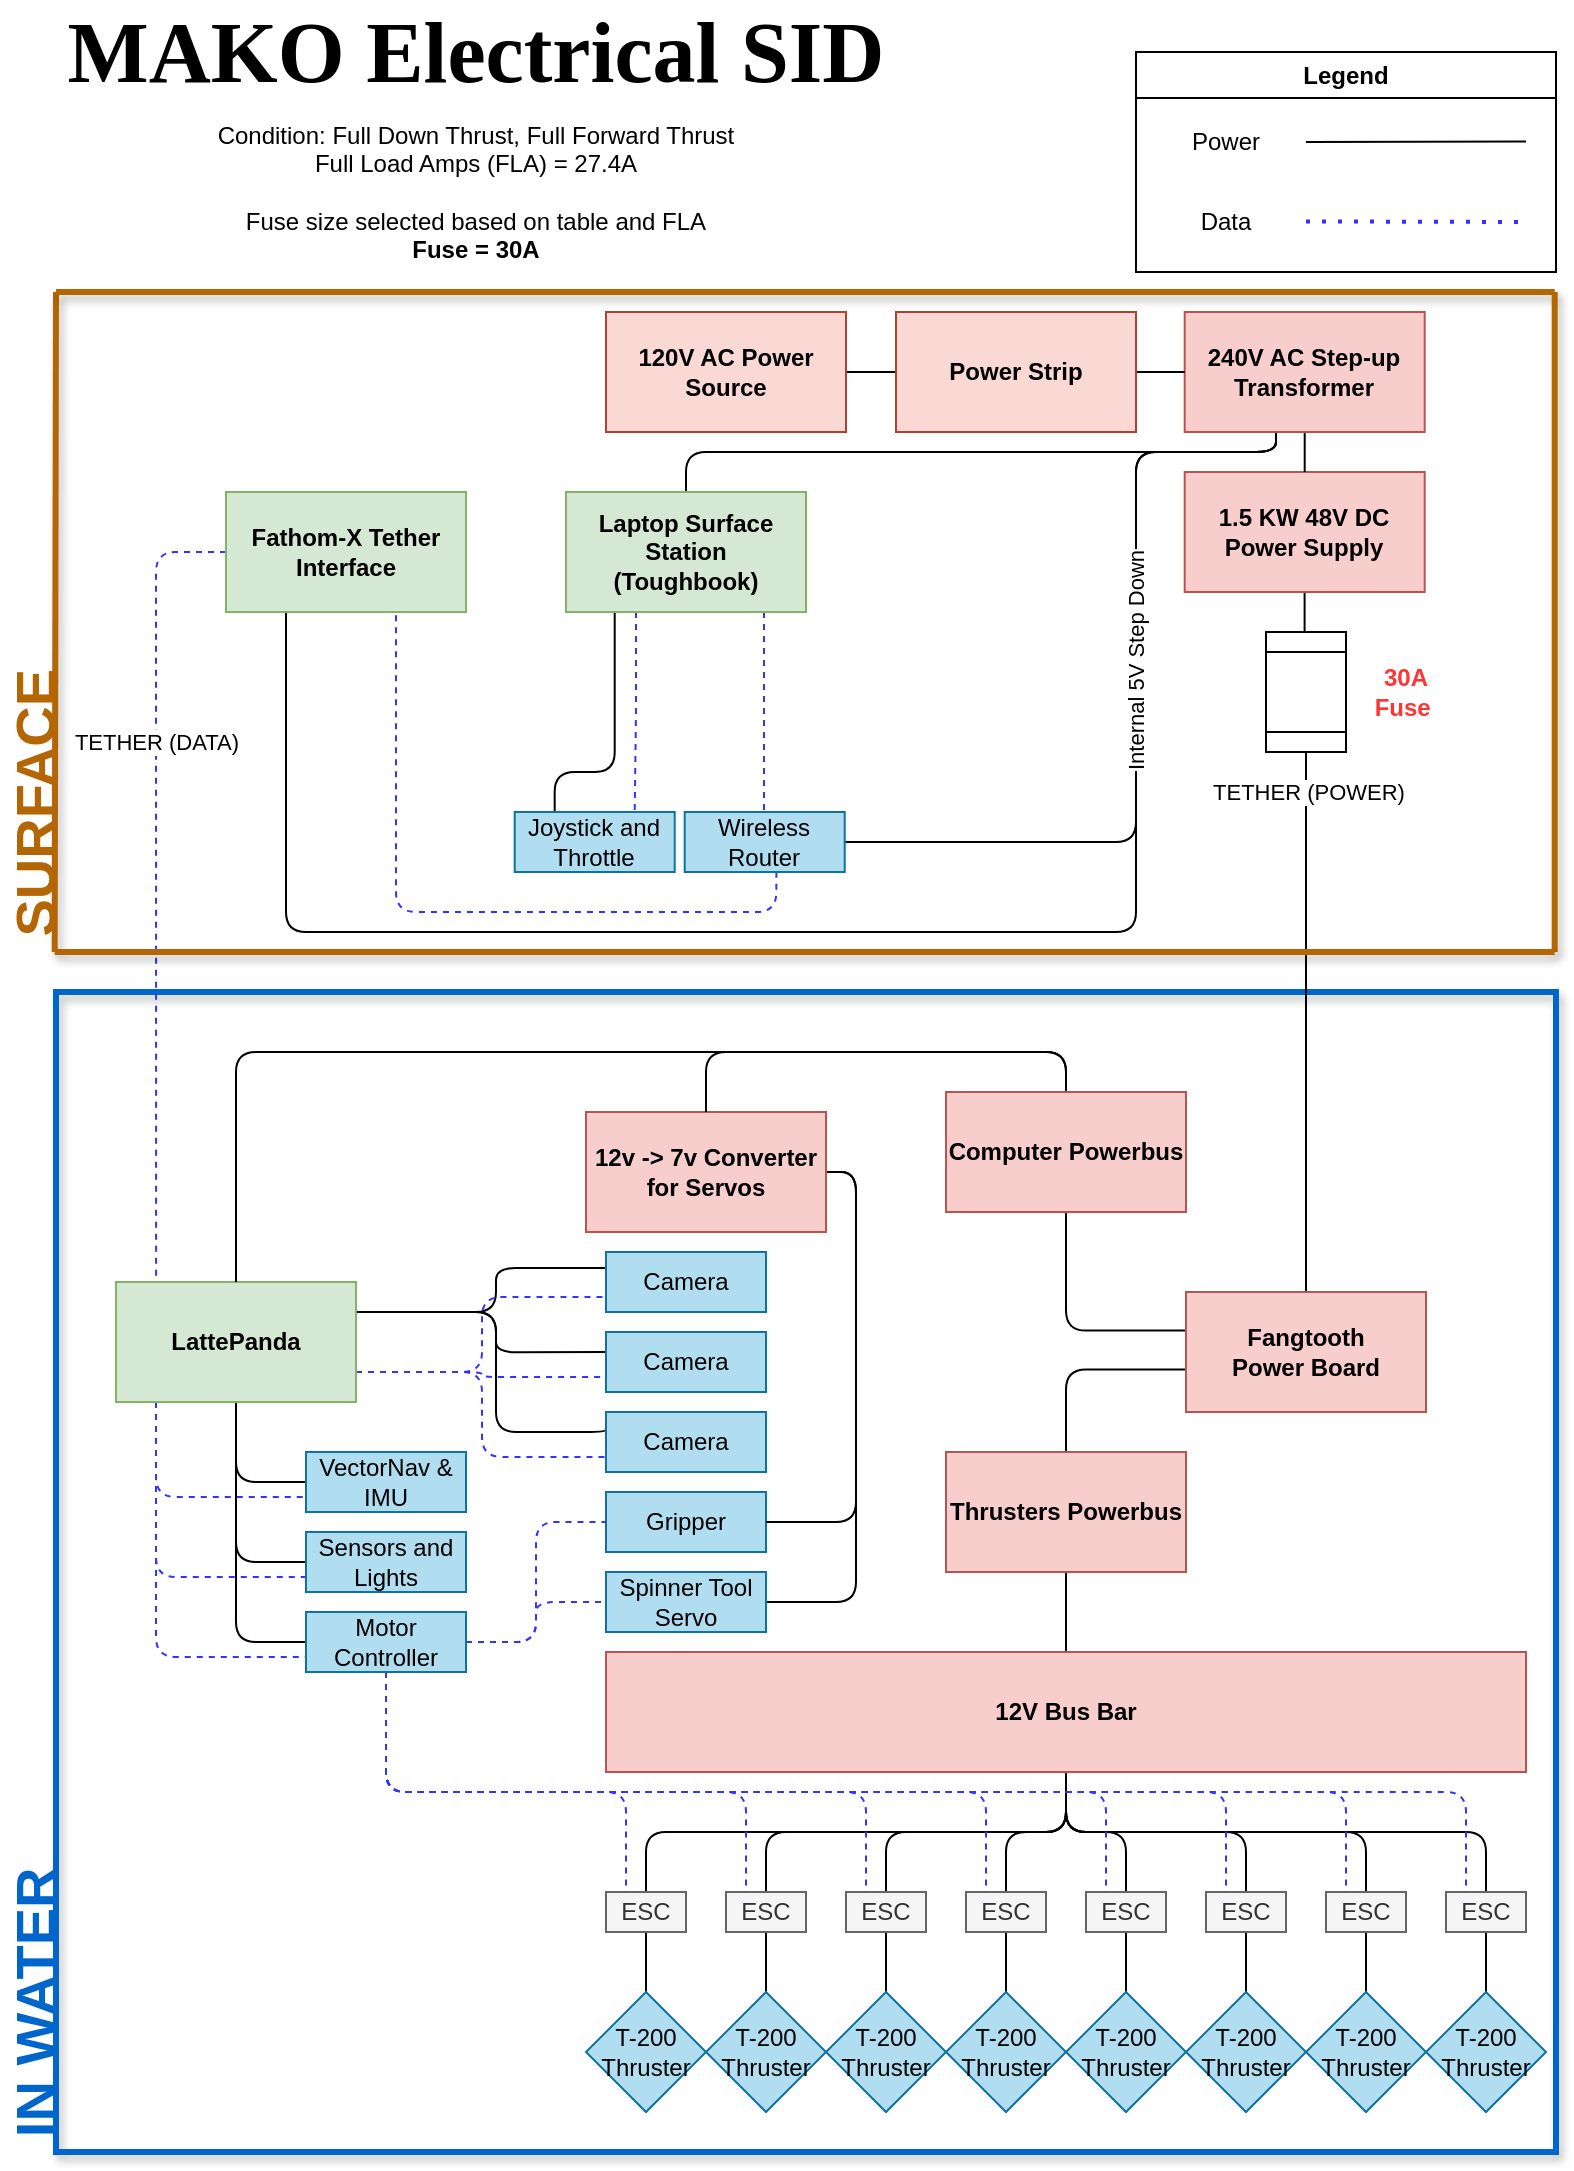
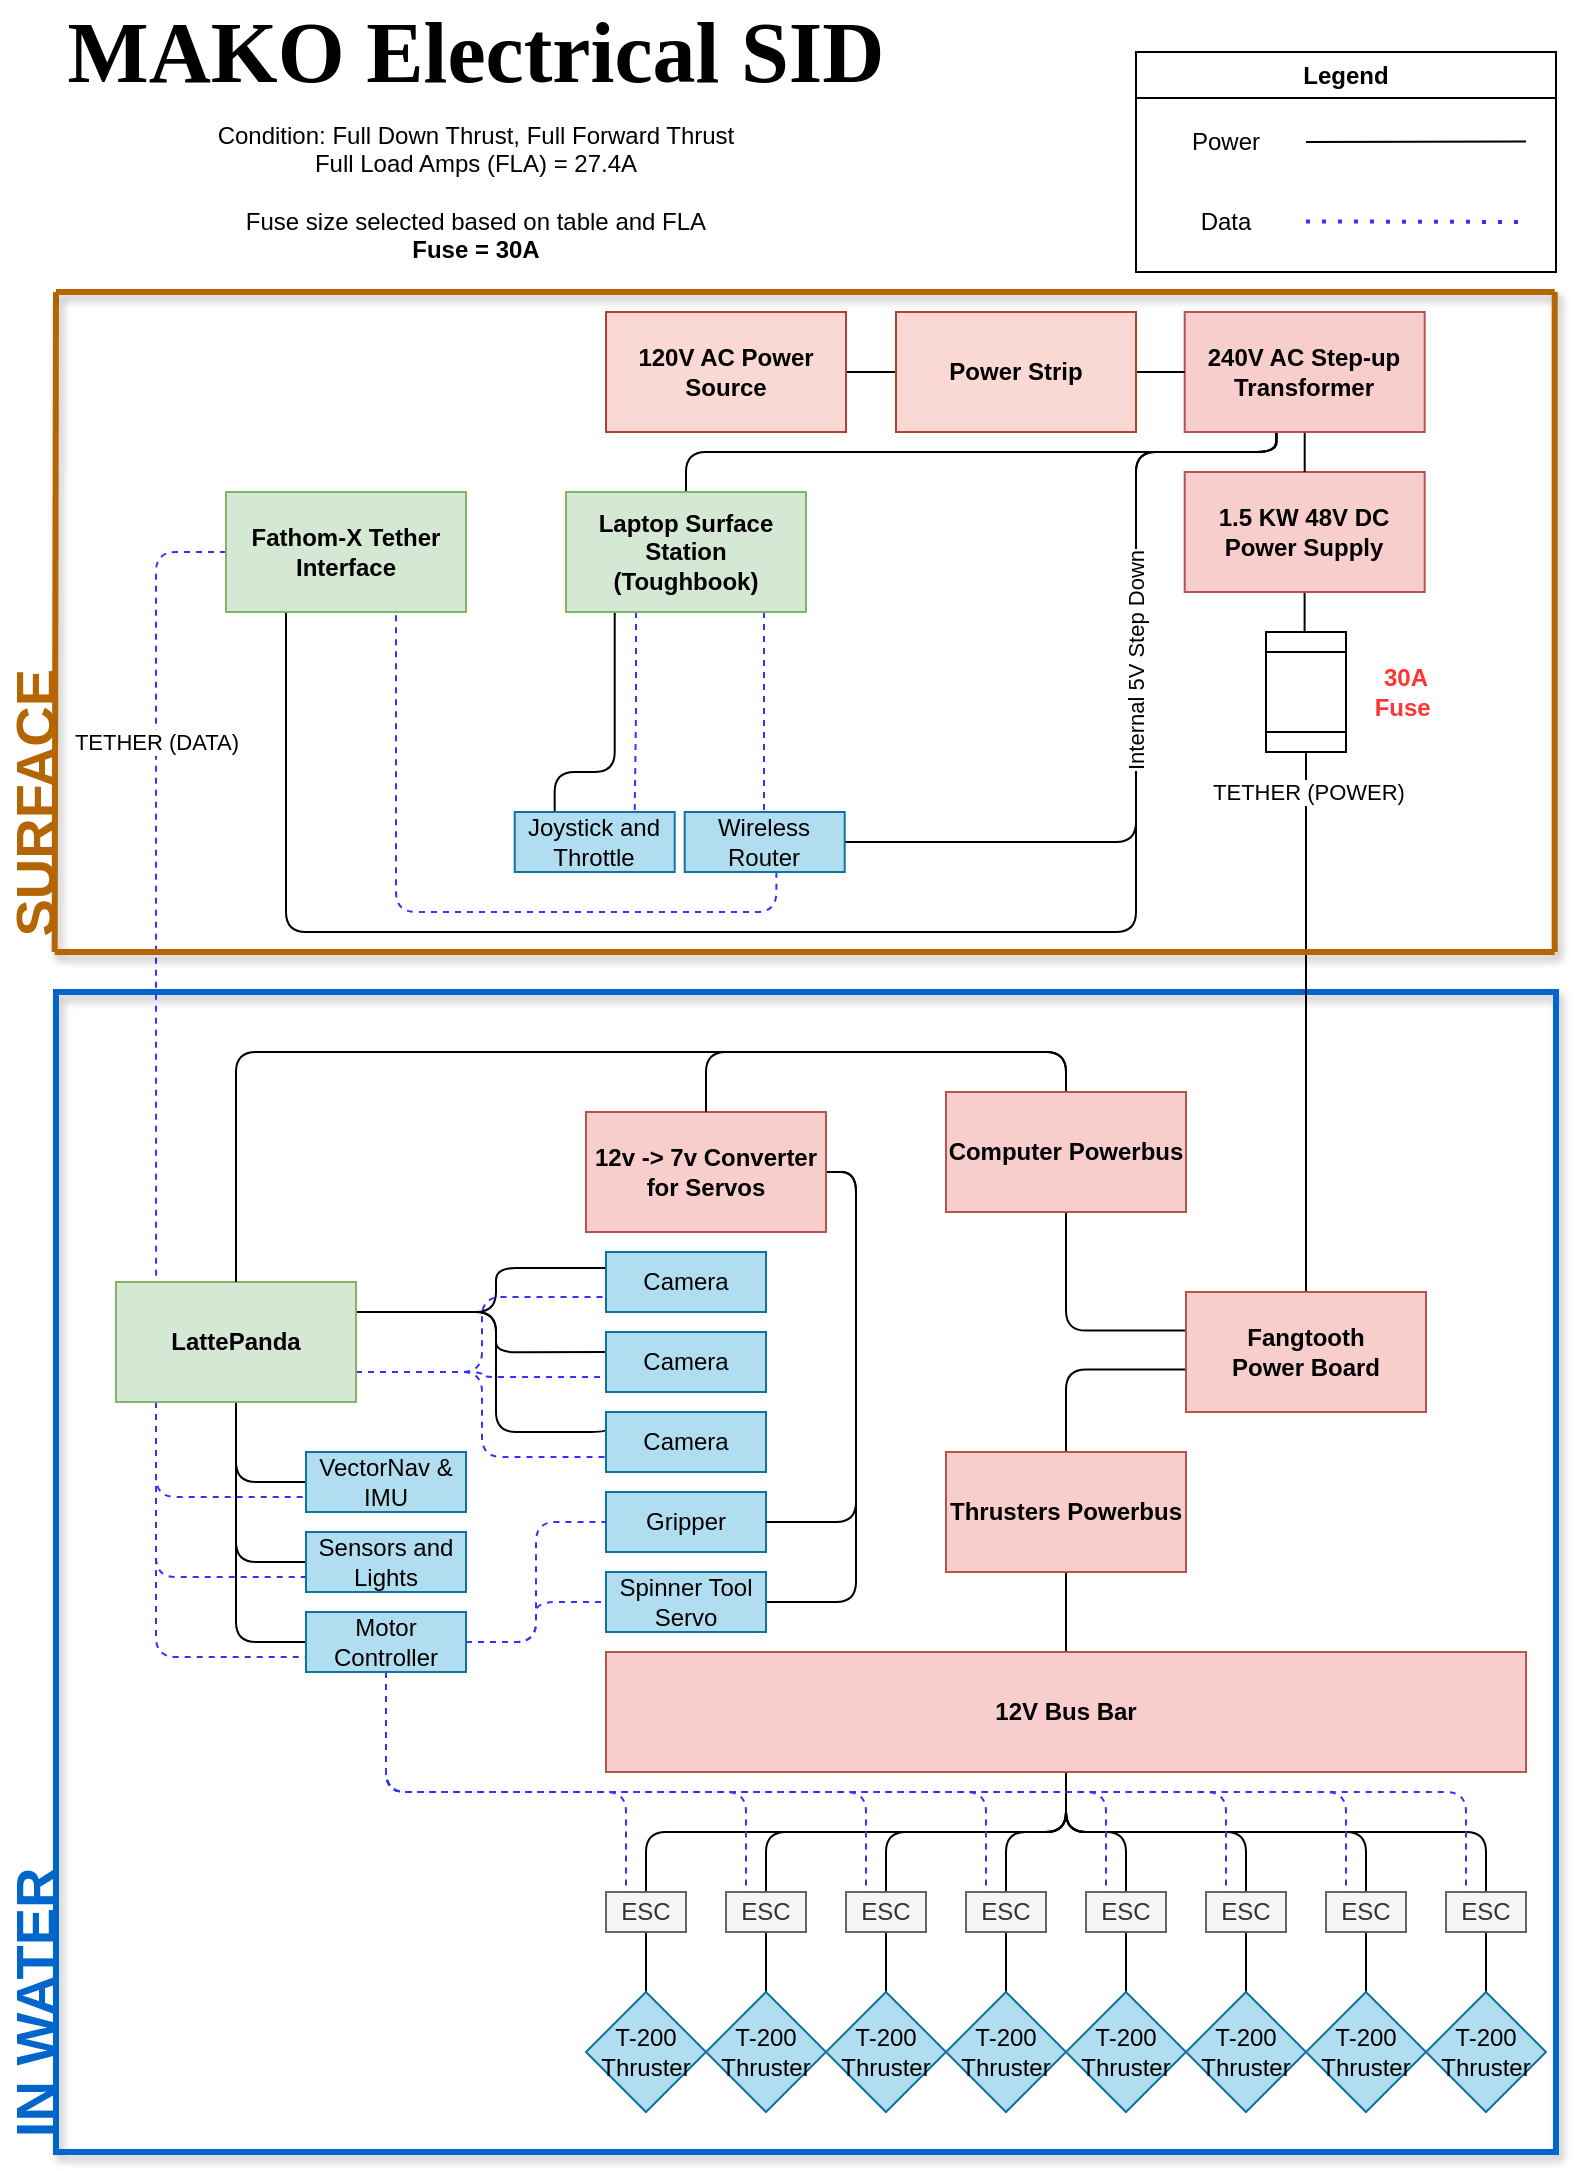
<mxfile host="app.diagrams.net" agent="Mozilla/5.0 (Windows NT 10.0; Win64; x64; rv:139.0) Gecko/20100101 Firefox/139.0">
  <diagram name="Page-1" id="doaNbLGYiiKzRFzNWdXi">
-     <mxGraphModel dx="1017" dy="1084" grid="1" gridSize="10" guides="1" tooltips="1" connect="1" arrows="1" fold="1" page="1" pageScale="1" pageWidth="850" pageHeight="1100" math="0" shadow="0">
+     <mxGraphModel dx="395" dy="722" grid="1" gridSize="10" guides="1" tooltips="1" connect="1" arrows="1" fold="1" page="1" pageScale="1" pageWidth="850" pageHeight="1100" math="0" shadow="0">
      <root>
        <mxCell id="0" />
        <mxCell id="1" parent="0" />
        <mxCell id="0vSBfI8_46AL9H7hPHAw-18" parent="1" style="rounded=0;whiteSpace=wrap;html=1;fillColor=none;strokeWidth=3;strokeColor=#0066CC;glass=0;shadow=1;" value="" vertex="1">
          <mxGeometry height="580" width="750" x="890" y="500" as="geometry" />
        </mxCell>
        <mxCell id="59XTsty1G1Yx93DkZX_j-1" parent="1" style="text;html=1;whiteSpace=wrap;strokeColor=none;fillColor=none;align=center;verticalAlign=middle;rounded=0;fontFamily=Times New Roman;fontStyle=1" value="&lt;font style=&quot;font-size: 43px;&quot;&gt;&lt;span&gt;MAKO Electrical SID&lt;/span&gt;&lt;/font&gt;" vertex="1">
          <mxGeometry height="40" width="420" x="890" y="10" as="geometry" />
        </mxCell>
        <mxCell id="59XTsty1G1Yx93DkZX_j-24" edge="1" parent="1" style="edgeStyle=orthogonalEdgeStyle;rounded=0;orthogonalLoop=1;jettySize=auto;html=1;exitX=0.5;exitY=1;exitDx=0;exitDy=0;">
          <mxGeometry relative="1" as="geometry">
            <mxPoint x="1435" y="910" as="sourcePoint" />
            <mxPoint x="1435" y="910" as="targetPoint" />
          </mxGeometry>
        </mxCell>
        <mxCell id="59XTsty1G1Yx93DkZX_j-45" parent="1" style="swimlane;whiteSpace=wrap;html=1;" value="Legend" vertex="1">
          <mxGeometry height="110" width="210" x="1430" y="30" as="geometry" />
        </mxCell>
        <mxCell id="59XTsty1G1Yx93DkZX_j-46" parent="59XTsty1G1Yx93DkZX_j-45" style="text;html=1;whiteSpace=wrap;strokeColor=none;fillColor=none;align=center;verticalAlign=middle;rounded=0;" value="Power" vertex="1">
          <mxGeometry height="30" width="60" x="15" y="30" as="geometry" />
        </mxCell>
        <mxCell id="59XTsty1G1Yx93DkZX_j-47" parent="59XTsty1G1Yx93DkZX_j-45" style="text;html=1;whiteSpace=wrap;strokeColor=none;fillColor=none;align=center;verticalAlign=middle;rounded=0;" value="Data" vertex="1">
          <mxGeometry height="30" width="60" x="15" y="70" as="geometry" />
        </mxCell>
        <mxCell id="59XTsty1G1Yx93DkZX_j-53" edge="1" parent="59XTsty1G1Yx93DkZX_j-45" style="endArrow=none;dashed=1;html=1;dashPattern=1 3;strokeWidth=2;strokeColor=#3333FF;" value="">
          <mxGeometry height="50" relative="1" width="50" as="geometry">
            <mxPoint x="85" y="84.72" as="sourcePoint" />
            <mxPoint x="195" y="85" as="targetPoint" />
          </mxGeometry>
        </mxCell>
        <mxCell id="59XTsty1G1Yx93DkZX_j-54" edge="1" parent="59XTsty1G1Yx93DkZX_j-45" style="endArrow=none;html=1;strokeColor=#000000;" value="">
          <mxGeometry height="50" relative="1" width="50" as="geometry">
            <mxPoint x="85" y="45.06" as="sourcePoint" />
            <mxPoint x="195" y="44.78" as="targetPoint" />
          </mxGeometry>
        </mxCell>
        <mxCell id="37D4bjrBw4_Emu08I7YZ-6" edge="1" parent="1" source="59XTsty1G1Yx93DkZX_j-57" style="edgeStyle=orthogonalEdgeStyle;rounded=0;orthogonalLoop=1;jettySize=auto;html=1;endArrow=none;endFill=0;" target="37D4bjrBw4_Emu08I7YZ-5" value="">
          <mxGeometry relative="1" as="geometry" />
        </mxCell>
        <mxCell id="59XTsty1G1Yx93DkZX_j-57" parent="1" style="rounded=0;whiteSpace=wrap;html=1;fillColor=#fad9d5;strokeColor=#ae4132;fontStyle=1" value="120V AC Power Source" vertex="1">
          <mxGeometry height="60" width="120" x="1165" y="160" as="geometry" />
        </mxCell>
        <mxCell id="59XTsty1G1Yx93DkZX_j-71" edge="1" parent="1" source="59XTsty1G1Yx93DkZX_j-66" style="edgeStyle=orthogonalEdgeStyle;orthogonalLoop=1;jettySize=auto;html=1;endArrow=none;endFill=0;" target="59XTsty1G1Yx93DkZX_j-70" value="">
          <mxGeometry relative="1" as="geometry" />
        </mxCell>
        <mxCell id="59XTsty1G1Yx93DkZX_j-66" parent="1" style="rounded=0;whiteSpace=wrap;html=1;fillColor=#f8cecc;strokeColor=#b85450;fontStyle=1" value="&lt;div&gt;1.5 KW 48V DC Power Supply&lt;/div&gt;" vertex="1">
          <mxGeometry height="60" width="120" x="1454.35" y="240" as="geometry" />
        </mxCell>
        <mxCell id="59XTsty1G1Yx93DkZX_j-81" edge="1" parent="1" source="59XTsty1G1Yx93DkZX_j-70" style="edgeStyle=orthogonalEdgeStyle;orthogonalLoop=1;jettySize=auto;html=1;entryX=0.5;entryY=0;entryDx=0;entryDy=0;endArrow=none;endFill=0;" target="59XTsty1G1Yx93DkZX_j-101" value="">
          <mxGeometry relative="1" as="geometry">
            <mxPoint x="1515" y="470" as="targetPoint" />
          </mxGeometry>
        </mxCell>
        <mxCell id="59XTsty1G1Yx93DkZX_j-99" connectable="0" parent="59XTsty1G1Yx93DkZX_j-81" style="edgeLabel;html=1;align=center;verticalAlign=middle;resizable=0;points=[];" value="TETHER (POWER)" vertex="1">
          <mxGeometry relative="1" x="-0.062" y="-1" as="geometry">
            <mxPoint x="2" y="-107" as="offset" />
          </mxGeometry>
        </mxCell>
        <mxCell id="59XTsty1G1Yx93DkZX_j-70" parent="1" style="shape=process;whiteSpace=wrap;html=1;backgroundOutline=1;rounded=0;direction=south;size=0.16666666666666666;" value="" vertex="1">
          <mxGeometry height="60" width="40" x="1495" y="320" as="geometry" />
        </mxCell>
        <mxCell id="59XTsty1G1Yx93DkZX_j-83" parent="1" style="text;html=1;whiteSpace=wrap;strokeColor=none;fillColor=none;align=center;verticalAlign=middle;rounded=0;" value="&lt;div&gt;Condition: Full Down Thrust, Full Forward Thrust&lt;/div&gt;&lt;div&gt;Full Load Amps (FLA) = 27.4A&lt;/div&gt;&lt;div&gt;&lt;br&gt;&lt;/div&gt;&lt;div&gt;Fuse size selected based on table and FLA&lt;/div&gt;&lt;div&gt;&lt;b&gt;Fuse = 30A&lt;/b&gt;&lt;/div&gt;" vertex="1">
          <mxGeometry height="80" width="410" x="894.9999999999999" y="60" as="geometry" />
        </mxCell>
        <mxCell id="59XTsty1G1Yx93DkZX_j-205" edge="1" parent="1" source="59XTsty1G1Yx93DkZX_j-101" style="edgeStyle=orthogonalEdgeStyle;orthogonalLoop=1;jettySize=auto;html=1;entryX=0.5;entryY=1;entryDx=0;entryDy=0;exitX=-0.004;exitY=0.321;exitDx=0;exitDy=0;exitPerimeter=0;endArrow=none;endFill=0;" target="59XTsty1G1Yx93DkZX_j-180">
          <mxGeometry relative="1" as="geometry" />
        </mxCell>
        <mxCell id="59XTsty1G1Yx93DkZX_j-206" edge="1" parent="1" source="59XTsty1G1Yx93DkZX_j-101" style="edgeStyle=orthogonalEdgeStyle;orthogonalLoop=1;jettySize=auto;html=1;exitX=0.001;exitY=0.645;exitDx=0;exitDy=0;exitPerimeter=0;endArrow=none;endFill=0;" target="59XTsty1G1Yx93DkZX_j-102">
          <mxGeometry relative="1" as="geometry" />
        </mxCell>
        <mxCell id="59XTsty1G1Yx93DkZX_j-101" parent="1" style="rounded=0;whiteSpace=wrap;html=1;fillColor=#f8cecc;strokeColor=#b85450;fontStyle=1" value="&lt;div&gt;Fangtooth&lt;/div&gt;&lt;div&gt;Power Board&lt;/div&gt;" vertex="1">
          <mxGeometry height="60" width="120" x="1455" y="650" as="geometry" />
        </mxCell>
        <mxCell id="59XTsty1G1Yx93DkZX_j-113" edge="1" parent="1" source="59XTsty1G1Yx93DkZX_j-102" style="edgeStyle=orthogonalEdgeStyle;orthogonalLoop=1;jettySize=auto;html=1;entryX=0.5;entryY=0;entryDx=0;entryDy=0;endArrow=none;endFill=0;" target="59XTsty1G1Yx93DkZX_j-108">
          <mxGeometry relative="1" as="geometry" />
        </mxCell>
        <mxCell id="59XTsty1G1Yx93DkZX_j-102" parent="1" style="rounded=0;whiteSpace=wrap;html=1;fillColor=#f8cecc;strokeColor=#b85450;fontStyle=1" value="Thrusters Powerbus" vertex="1">
          <mxGeometry height="60" width="120" x="1335" y="730" as="geometry" />
        </mxCell>
        <mxCell id="59XTsty1G1Yx93DkZX_j-135" edge="1" parent="1" source="59XTsty1G1Yx93DkZX_j-108" style="edgeStyle=orthogonalEdgeStyle;orthogonalLoop=1;jettySize=auto;html=1;entryX=0.5;entryY=0;entryDx=0;entryDy=0;endArrow=none;endFill=0;" target="59XTsty1G1Yx93DkZX_j-116">
          <mxGeometry relative="1" as="geometry" />
        </mxCell>
        <mxCell id="59XTsty1G1Yx93DkZX_j-137" edge="1" parent="1" source="59XTsty1G1Yx93DkZX_j-108" style="edgeStyle=orthogonalEdgeStyle;orthogonalLoop=1;jettySize=auto;html=1;entryX=0.5;entryY=0;entryDx=0;entryDy=0;endArrow=none;endFill=0;" target="59XTsty1G1Yx93DkZX_j-120">
          <mxGeometry relative="1" as="geometry" />
        </mxCell>
        <mxCell id="59XTsty1G1Yx93DkZX_j-138" edge="1" parent="1" source="59XTsty1G1Yx93DkZX_j-108" style="edgeStyle=orthogonalEdgeStyle;orthogonalLoop=1;jettySize=auto;html=1;entryX=0.5;entryY=0;entryDx=0;entryDy=0;endArrow=none;endFill=0;" target="59XTsty1G1Yx93DkZX_j-117">
          <mxGeometry relative="1" as="geometry" />
        </mxCell>
        <mxCell id="59XTsty1G1Yx93DkZX_j-139" edge="1" parent="1" source="59XTsty1G1Yx93DkZX_j-108" style="edgeStyle=orthogonalEdgeStyle;orthogonalLoop=1;jettySize=auto;html=1;entryX=0.5;entryY=0;entryDx=0;entryDy=0;endArrow=none;endFill=0;" target="59XTsty1G1Yx93DkZX_j-118">
          <mxGeometry relative="1" as="geometry" />
        </mxCell>
        <mxCell id="59XTsty1G1Yx93DkZX_j-140" edge="1" parent="1" source="59XTsty1G1Yx93DkZX_j-108" style="edgeStyle=orthogonalEdgeStyle;orthogonalLoop=1;jettySize=auto;html=1;entryX=0.5;entryY=0;entryDx=0;entryDy=0;endArrow=none;endFill=0;" target="59XTsty1G1Yx93DkZX_j-121">
          <mxGeometry relative="1" as="geometry" />
        </mxCell>
        <mxCell id="59XTsty1G1Yx93DkZX_j-141" edge="1" parent="1" source="59XTsty1G1Yx93DkZX_j-108" style="edgeStyle=orthogonalEdgeStyle;orthogonalLoop=1;jettySize=auto;html=1;entryX=0.5;entryY=0;entryDx=0;entryDy=0;endArrow=none;endFill=0;" target="59XTsty1G1Yx93DkZX_j-122">
          <mxGeometry relative="1" as="geometry" />
        </mxCell>
        <mxCell id="59XTsty1G1Yx93DkZX_j-142" edge="1" parent="1" source="59XTsty1G1Yx93DkZX_j-108" style="edgeStyle=orthogonalEdgeStyle;orthogonalLoop=1;jettySize=auto;html=1;entryX=0.5;entryY=0;entryDx=0;entryDy=0;endArrow=none;endFill=0;" target="59XTsty1G1Yx93DkZX_j-123">
          <mxGeometry relative="1" as="geometry" />
        </mxCell>
        <mxCell id="59XTsty1G1Yx93DkZX_j-143" edge="1" parent="1" source="59XTsty1G1Yx93DkZX_j-108" style="edgeStyle=orthogonalEdgeStyle;orthogonalLoop=1;jettySize=auto;html=1;endArrow=none;endFill=0;" target="59XTsty1G1Yx93DkZX_j-124">
          <mxGeometry relative="1" as="geometry" />
        </mxCell>
        <mxCell id="59XTsty1G1Yx93DkZX_j-108" parent="1" style="rounded=0;whiteSpace=wrap;html=1;fillColor=#f8cecc;strokeColor=#b85450;fontStyle=0" value="&lt;b&gt;&lt;span&gt;12V Bus Bar&lt;/span&gt;&lt;/b&gt;" vertex="1">
          <mxGeometry height="60" width="460" x="1165" y="830" as="geometry" />
        </mxCell>
        <mxCell id="37D4bjrBw4_Emu08I7YZ-10" edge="1" parent="1" source="59XTsty1G1Yx93DkZX_j-111" style="edgeStyle=orthogonalEdgeStyle;rounded=1;orthogonalLoop=1;jettySize=auto;html=1;entryX=0;entryY=0.75;entryDx=0;entryDy=0;endArrow=none;endFill=0;strokeColor=#3333FF;curved=0;dashed=1;" target="59XTsty1G1Yx93DkZX_j-164">
          <mxGeometry relative="1" as="geometry">
            <Array as="points">
              <mxPoint x="940" y="753" />
            </Array>
          </mxGeometry>
        </mxCell>
        <mxCell id="37D4bjrBw4_Emu08I7YZ-12" edge="1" parent="1" source="59XTsty1G1Yx93DkZX_j-111" style="edgeStyle=orthogonalEdgeStyle;rounded=1;orthogonalLoop=1;jettySize=auto;html=1;entryX=0;entryY=0.5;entryDx=0;entryDy=0;endArrow=none;endFill=0;curved=0;" target="59XTsty1G1Yx93DkZX_j-164">
          <mxGeometry relative="1" as="geometry" />
        </mxCell>
        <mxCell id="37D4bjrBw4_Emu08I7YZ-13" edge="1" parent="1" source="59XTsty1G1Yx93DkZX_j-111" style="edgeStyle=orthogonalEdgeStyle;rounded=1;orthogonalLoop=1;jettySize=auto;html=1;entryX=0;entryY=0.5;entryDx=0;entryDy=0;endArrow=none;endFill=0;curved=0;" target="59XTsty1G1Yx93DkZX_j-165">
          <mxGeometry relative="1" as="geometry" />
        </mxCell>
        <mxCell id="37D4bjrBw4_Emu08I7YZ-14" edge="1" parent="1" source="59XTsty1G1Yx93DkZX_j-111" style="edgeStyle=orthogonalEdgeStyle;rounded=1;orthogonalLoop=1;jettySize=auto;html=1;entryX=0;entryY=0.5;entryDx=0;entryDy=0;endArrow=none;endFill=0;curved=0;" target="59XTsty1G1Yx93DkZX_j-231">
          <mxGeometry relative="1" as="geometry" />
        </mxCell>
        <mxCell id="37D4bjrBw4_Emu08I7YZ-15" edge="1" parent="1" source="59XTsty1G1Yx93DkZX_j-111" style="edgeStyle=orthogonalEdgeStyle;rounded=1;orthogonalLoop=1;jettySize=auto;html=1;entryX=0;entryY=0.75;entryDx=0;entryDy=0;curved=0;endArrow=none;endFill=0;dashed=1;strokeColor=#3333FF;" target="59XTsty1G1Yx93DkZX_j-165">
          <mxGeometry relative="1" as="geometry">
            <Array as="points">
              <mxPoint x="940" y="793" />
            </Array>
          </mxGeometry>
        </mxCell>
        <mxCell id="37D4bjrBw4_Emu08I7YZ-16" edge="1" parent="1" source="59XTsty1G1Yx93DkZX_j-111" style="edgeStyle=orthogonalEdgeStyle;rounded=1;orthogonalLoop=1;jettySize=auto;html=1;entryX=0;entryY=0.75;entryDx=0;entryDy=0;dashed=1;strokeColor=#3333FF;curved=0;endArrow=none;endFill=0;" target="59XTsty1G1Yx93DkZX_j-231">
          <mxGeometry relative="1" as="geometry">
            <Array as="points">
              <mxPoint x="940" y="833" />
            </Array>
          </mxGeometry>
        </mxCell>
        <mxCell id="37D4bjrBw4_Emu08I7YZ-25" edge="1" parent="1" source="59XTsty1G1Yx93DkZX_j-111" style="edgeStyle=orthogonalEdgeStyle;rounded=1;orthogonalLoop=1;jettySize=auto;html=1;entryX=0;entryY=0.25;entryDx=0;entryDy=0;endArrow=none;endFill=0;curved=0;" target="37D4bjrBw4_Emu08I7YZ-23">
          <mxGeometry relative="1" as="geometry">
            <Array as="points">
              <mxPoint x="1110" y="660" />
              <mxPoint x="1110" y="638" />
              <mxPoint x="1165" y="638" />
            </Array>
          </mxGeometry>
        </mxCell>
        <mxCell id="37D4bjrBw4_Emu08I7YZ-27" edge="1" parent="1" source="59XTsty1G1Yx93DkZX_j-111" style="edgeStyle=orthogonalEdgeStyle;rounded=1;orthogonalLoop=1;jettySize=auto;html=1;entryX=0;entryY=0.25;entryDx=0;entryDy=0;endArrow=none;endFill=0;curved=0;" target="37D4bjrBw4_Emu08I7YZ-24">
          <mxGeometry relative="1" as="geometry">
            <Array as="points">
              <mxPoint x="1110" y="660" />
              <mxPoint x="1110" y="720" />
              <mxPoint x="1165" y="720" />
            </Array>
          </mxGeometry>
        </mxCell>
        <mxCell id="37D4bjrBw4_Emu08I7YZ-28" edge="1" parent="1" source="59XTsty1G1Yx93DkZX_j-111" style="edgeStyle=orthogonalEdgeStyle;rounded=1;orthogonalLoop=1;jettySize=auto;html=1;entryX=0.005;entryY=0.335;entryDx=0;entryDy=0;endArrow=none;endFill=0;curved=0;entryPerimeter=0;" target="37D4bjrBw4_Emu08I7YZ-22">
          <mxGeometry relative="1" as="geometry">
            <Array as="points">
              <mxPoint x="1110" y="660" />
              <mxPoint x="1110" y="680" />
            </Array>
          </mxGeometry>
        </mxCell>
        <mxCell id="37D4bjrBw4_Emu08I7YZ-33" edge="1" parent="1" source="59XTsty1G1Yx93DkZX_j-111" style="edgeStyle=orthogonalEdgeStyle;rounded=1;orthogonalLoop=1;jettySize=auto;html=1;entryX=0;entryY=0.75;entryDx=0;entryDy=0;curved=0;dashed=1;strokeColor=#3333FF;endArrow=none;endFill=0;" target="37D4bjrBw4_Emu08I7YZ-24">
          <mxGeometry relative="1" as="geometry">
            <Array as="points">
              <mxPoint x="1103" y="690" />
              <mxPoint x="1103" y="733" />
            </Array>
          </mxGeometry>
        </mxCell>
        <mxCell id="37D4bjrBw4_Emu08I7YZ-34" edge="1" parent="1" source="59XTsty1G1Yx93DkZX_j-111" style="edgeStyle=orthogonalEdgeStyle;rounded=1;orthogonalLoop=1;jettySize=auto;html=1;entryX=0;entryY=0.75;entryDx=0;entryDy=0;curved=0;dashed=1;strokeColor=#3333FF;endArrow=none;endFill=0;" target="37D4bjrBw4_Emu08I7YZ-22">
          <mxGeometry relative="1" as="geometry">
            <Array as="points">
              <mxPoint x="1103" y="690" />
              <mxPoint x="1103" y="693" />
            </Array>
          </mxGeometry>
        </mxCell>
        <mxCell id="37D4bjrBw4_Emu08I7YZ-35" edge="1" parent="1" source="59XTsty1G1Yx93DkZX_j-111" style="edgeStyle=orthogonalEdgeStyle;rounded=1;orthogonalLoop=1;jettySize=auto;html=1;entryX=0;entryY=0.75;entryDx=0;entryDy=0;curved=0;dashed=1;strokeColor=#3333FF;endArrow=none;endFill=0;" target="37D4bjrBw4_Emu08I7YZ-23">
          <mxGeometry relative="1" as="geometry">
            <Array as="points">
              <mxPoint x="1103" y="690" />
              <mxPoint x="1103" y="653" />
            </Array>
          </mxGeometry>
        </mxCell>
        <mxCell id="59XTsty1G1Yx93DkZX_j-111" parent="1" style="rounded=0;whiteSpace=wrap;html=1;fillColor=#d5e8d4;strokeColor=#82b366;" value="&lt;b&gt;LattePanda&lt;/b&gt;" vertex="1">
          <mxGeometry height="60" width="120" x="920" y="645" as="geometry" />
        </mxCell>
        <mxCell id="59XTsty1G1Yx93DkZX_j-145" edge="1" parent="1" source="59XTsty1G1Yx93DkZX_j-116" style="edgeStyle=orthogonalEdgeStyle;orthogonalLoop=1;jettySize=auto;html=1;entryX=0.5;entryY=0;entryDx=0;entryDy=0;endArrow=none;endFill=0;" target="59XTsty1G1Yx93DkZX_j-126">
          <mxGeometry relative="1" as="geometry" />
        </mxCell>
        <mxCell id="59XTsty1G1Yx93DkZX_j-116" parent="1" style="rounded=0;whiteSpace=wrap;html=1;fillColor=#f5f5f5;fontColor=#333333;strokeColor=#666666;" value="ESC" vertex="1">
          <mxGeometry height="20" width="40" x="1165" y="950" as="geometry" />
        </mxCell>
        <mxCell id="59XTsty1G1Yx93DkZX_j-147" edge="1" parent="1" source="59XTsty1G1Yx93DkZX_j-117" style="edgeStyle=orthogonalEdgeStyle;orthogonalLoop=1;jettySize=auto;html=1;entryX=0.5;entryY=0;entryDx=0;entryDy=0;endArrow=none;endFill=0;" target="59XTsty1G1Yx93DkZX_j-128">
          <mxGeometry relative="1" as="geometry" />
        </mxCell>
        <mxCell id="59XTsty1G1Yx93DkZX_j-117" parent="1" style="rounded=0;whiteSpace=wrap;html=1;fillColor=#f5f5f5;fontColor=#333333;strokeColor=#666666;" value="ESC" vertex="1">
          <mxGeometry height="20" width="40" x="1285" y="950" as="geometry" />
        </mxCell>
        <mxCell id="59XTsty1G1Yx93DkZX_j-148" edge="1" parent="1" source="59XTsty1G1Yx93DkZX_j-118" style="edgeStyle=orthogonalEdgeStyle;orthogonalLoop=1;jettySize=auto;html=1;entryX=0.5;entryY=0;entryDx=0;entryDy=0;endArrow=none;endFill=0;" target="59XTsty1G1Yx93DkZX_j-129">
          <mxGeometry relative="1" as="geometry" />
        </mxCell>
        <mxCell id="59XTsty1G1Yx93DkZX_j-118" parent="1" style="rounded=0;whiteSpace=wrap;html=1;fillColor=#f5f5f5;fontColor=#333333;strokeColor=#666666;" value="ESC" vertex="1">
          <mxGeometry height="20" width="40" x="1345" y="950" as="geometry" />
        </mxCell>
        <mxCell id="59XTsty1G1Yx93DkZX_j-146" edge="1" parent="1" source="59XTsty1G1Yx93DkZX_j-120" style="edgeStyle=orthogonalEdgeStyle;orthogonalLoop=1;jettySize=auto;html=1;entryX=0.5;entryY=0;entryDx=0;entryDy=0;endArrow=none;endFill=0;" target="59XTsty1G1Yx93DkZX_j-127">
          <mxGeometry relative="1" as="geometry" />
        </mxCell>
        <mxCell id="59XTsty1G1Yx93DkZX_j-120" parent="1" style="rounded=0;whiteSpace=wrap;html=1;fillColor=#f5f5f5;fontColor=#333333;strokeColor=#666666;" value="ESC" vertex="1">
          <mxGeometry height="20" width="40" x="1225" y="950" as="geometry" />
        </mxCell>
        <mxCell id="59XTsty1G1Yx93DkZX_j-149" edge="1" parent="1" source="59XTsty1G1Yx93DkZX_j-121" style="edgeStyle=orthogonalEdgeStyle;orthogonalLoop=1;jettySize=auto;html=1;entryX=0.5;entryY=0;entryDx=0;entryDy=0;endArrow=none;endFill=0;" target="59XTsty1G1Yx93DkZX_j-130">
          <mxGeometry relative="1" as="geometry" />
        </mxCell>
        <mxCell id="59XTsty1G1Yx93DkZX_j-121" parent="1" style="rounded=0;whiteSpace=wrap;html=1;fillColor=#f5f5f5;fontColor=#333333;strokeColor=#666666;" value="ESC" vertex="1">
          <mxGeometry height="20" width="40" x="1405" y="950" as="geometry" />
        </mxCell>
        <mxCell id="59XTsty1G1Yx93DkZX_j-150" edge="1" parent="1" source="59XTsty1G1Yx93DkZX_j-122" style="edgeStyle=orthogonalEdgeStyle;orthogonalLoop=1;jettySize=auto;html=1;entryX=0.5;entryY=0;entryDx=0;entryDy=0;endArrow=none;endFill=0;" target="59XTsty1G1Yx93DkZX_j-131">
          <mxGeometry relative="1" as="geometry" />
        </mxCell>
        <mxCell id="59XTsty1G1Yx93DkZX_j-122" parent="1" style="rounded=0;whiteSpace=wrap;html=1;fillColor=#f5f5f5;fontColor=#333333;strokeColor=#666666;" value="ESC" vertex="1">
          <mxGeometry height="20" width="40" x="1465" y="950" as="geometry" />
        </mxCell>
        <mxCell id="59XTsty1G1Yx93DkZX_j-151" edge="1" parent="1" source="59XTsty1G1Yx93DkZX_j-123" style="edgeStyle=orthogonalEdgeStyle;orthogonalLoop=1;jettySize=auto;html=1;entryX=0.5;entryY=0;entryDx=0;entryDy=0;endArrow=none;endFill=0;" target="59XTsty1G1Yx93DkZX_j-132">
          <mxGeometry relative="1" as="geometry" />
        </mxCell>
        <mxCell id="59XTsty1G1Yx93DkZX_j-123" parent="1" style="rounded=0;whiteSpace=wrap;html=1;fillColor=#f5f5f5;fontColor=#333333;strokeColor=#666666;" value="ESC" vertex="1">
          <mxGeometry height="20" width="40" x="1525" y="950" as="geometry" />
        </mxCell>
        <mxCell id="59XTsty1G1Yx93DkZX_j-152" edge="1" parent="1" source="59XTsty1G1Yx93DkZX_j-124" style="edgeStyle=orthogonalEdgeStyle;orthogonalLoop=1;jettySize=auto;html=1;entryX=0.5;entryY=0;entryDx=0;entryDy=0;endArrow=none;endFill=0;" target="59XTsty1G1Yx93DkZX_j-133">
          <mxGeometry relative="1" as="geometry" />
        </mxCell>
        <mxCell id="59XTsty1G1Yx93DkZX_j-124" parent="1" style="rounded=0;whiteSpace=wrap;html=1;fillColor=#f5f5f5;fontColor=#333333;strokeColor=#666666;" value="ESC" vertex="1">
          <mxGeometry height="20" width="40" x="1585" y="950" as="geometry" />
        </mxCell>
        <mxCell id="59XTsty1G1Yx93DkZX_j-126" parent="1" style="rhombus;whiteSpace=wrap;html=1;fillColor=#b1ddf0;strokeColor=#10739e;" value="T-200 Thruster" vertex="1">
          <mxGeometry height="60" width="60" x="1155" y="1000" as="geometry" />
        </mxCell>
        <mxCell id="59XTsty1G1Yx93DkZX_j-127" parent="1" style="rhombus;whiteSpace=wrap;html=1;fillColor=#b1ddf0;strokeColor=#10739e;" value="T-200 Thruster" vertex="1">
          <mxGeometry height="60" width="60" x="1215" y="1000" as="geometry" />
        </mxCell>
        <mxCell id="59XTsty1G1Yx93DkZX_j-128" parent="1" style="rhombus;whiteSpace=wrap;html=1;fillColor=#b1ddf0;strokeColor=#10739e;" value="T-200 Thruster" vertex="1">
          <mxGeometry height="60" width="60" x="1275" y="1000" as="geometry" />
        </mxCell>
        <mxCell id="59XTsty1G1Yx93DkZX_j-129" parent="1" style="rhombus;whiteSpace=wrap;html=1;fillColor=#b1ddf0;strokeColor=#10739e;" value="T-200 Thruster" vertex="1">
          <mxGeometry height="60" width="60" x="1335" y="1000" as="geometry" />
        </mxCell>
        <mxCell id="59XTsty1G1Yx93DkZX_j-130" parent="1" style="rhombus;whiteSpace=wrap;html=1;fillColor=#b1ddf0;strokeColor=#10739e;" value="T-200 Thruster" vertex="1">
          <mxGeometry height="60" width="60" x="1395" y="1000" as="geometry" />
        </mxCell>
        <mxCell id="59XTsty1G1Yx93DkZX_j-131" parent="1" style="rhombus;whiteSpace=wrap;html=1;fillColor=#b1ddf0;strokeColor=#10739e;" value="T-200 Thruster" vertex="1">
          <mxGeometry height="60" width="60" x="1455" y="1000" as="geometry" />
        </mxCell>
        <mxCell id="59XTsty1G1Yx93DkZX_j-132" parent="1" style="rhombus;whiteSpace=wrap;html=1;fillColor=#b1ddf0;strokeColor=#10739e;" value="T-200 Thruster" vertex="1">
          <mxGeometry height="60" width="60" x="1515" y="1000" as="geometry" />
        </mxCell>
        <mxCell id="59XTsty1G1Yx93DkZX_j-133" parent="1" style="rhombus;whiteSpace=wrap;html=1;fillColor=#b1ddf0;strokeColor=#10739e;" value="T-200 Thruster" vertex="1">
          <mxGeometry height="60" width="60" x="1575" y="1000" as="geometry" />
        </mxCell>
        <mxCell id="59XTsty1G1Yx93DkZX_j-155" parent="1" style="rounded=0;whiteSpace=wrap;html=1;fillColor=#b1ddf0;strokeColor=#10739e;" value="Gripper" vertex="1">
          <mxGeometry height="30" width="80" x="1165" y="750" as="geometry" />
        </mxCell>
        <mxCell id="59XTsty1G1Yx93DkZX_j-164" parent="1" style="rounded=0;whiteSpace=wrap;html=1;fillColor=#b1ddf0;strokeColor=#10739e;" value="VectorNav &amp;amp; IMU" vertex="1">
          <mxGeometry height="30" width="80" x="1015" y="730" as="geometry" />
        </mxCell>
        <mxCell id="59XTsty1G1Yx93DkZX_j-165" parent="1" style="rounded=0;whiteSpace=wrap;html=1;fillColor=#b1ddf0;strokeColor=#10739e;" value="Sensors and Lights" vertex="1">
          <mxGeometry height="30" width="80" x="1015" y="770" as="geometry" />
        </mxCell>
        <mxCell id="59XTsty1G1Yx93DkZX_j-185" edge="1" parent="1" source="59XTsty1G1Yx93DkZX_j-179" style="edgeStyle=orthogonalEdgeStyle;orthogonalLoop=1;jettySize=auto;html=1;entryX=1;entryY=0.5;entryDx=0;entryDy=0;endArrow=none;endFill=0;" target="59XTsty1G1Yx93DkZX_j-155">
          <mxGeometry relative="1" as="geometry">
            <Array as="points">
              <mxPoint x="1290" y="590" />
              <mxPoint x="1290" y="765" />
            </Array>
          </mxGeometry>
        </mxCell>
        <mxCell id="0vSBfI8_46AL9H7hPHAw-5" edge="1" parent="1" source="59XTsty1G1Yx93DkZX_j-179" style="edgeStyle=orthogonalEdgeStyle;rounded=1;orthogonalLoop=1;jettySize=auto;html=1;entryX=1;entryY=0.5;entryDx=0;entryDy=0;curved=0;endArrow=none;endFill=0;" target="0vSBfI8_46AL9H7hPHAw-3">
          <mxGeometry relative="1" as="geometry">
            <Array as="points">
              <mxPoint x="1290" y="590" />
              <mxPoint x="1290" y="805" />
            </Array>
          </mxGeometry>
        </mxCell>
        <mxCell id="59XTsty1G1Yx93DkZX_j-179" parent="1" style="rounded=0;whiteSpace=wrap;html=1;fillColor=#f8cecc;strokeColor=#b85450;fontStyle=1" value="12v -&amp;gt; 7v Converter for Servos" vertex="1">
          <mxGeometry height="60" width="120" x="1155" y="560" as="geometry" />
        </mxCell>
        <mxCell id="59XTsty1G1Yx93DkZX_j-183" edge="1" parent="1" source="59XTsty1G1Yx93DkZX_j-180" style="edgeStyle=orthogonalEdgeStyle;orthogonalLoop=1;jettySize=auto;html=1;endArrow=none;endFill=0;" target="59XTsty1G1Yx93DkZX_j-111">
          <mxGeometry relative="1" as="geometry">
            <Array as="points">
              <mxPoint x="980" y="530" />
            </Array>
          </mxGeometry>
        </mxCell>
        <mxCell id="59XTsty1G1Yx93DkZX_j-184" edge="1" parent="1" source="59XTsty1G1Yx93DkZX_j-180" style="edgeStyle=orthogonalEdgeStyle;orthogonalLoop=1;jettySize=auto;html=1;entryX=0.5;entryY=0;entryDx=0;entryDy=0;endArrow=none;endFill=0;" target="59XTsty1G1Yx93DkZX_j-179">
          <mxGeometry relative="1" as="geometry">
            <Array as="points">
              <mxPoint x="1215" y="530" />
            </Array>
          </mxGeometry>
        </mxCell>
        <mxCell id="59XTsty1G1Yx93DkZX_j-180" parent="1" style="rounded=0;whiteSpace=wrap;html=1;fillColor=#f8cecc;strokeColor=#b85450;fontStyle=1" value="Computer Powerbus" vertex="1">
          <mxGeometry height="60" width="120" x="1335" y="550" as="geometry" />
        </mxCell>
        <mxCell id="59XTsty1G1Yx93DkZX_j-218" edge="1" parent="1" source="59XTsty1G1Yx93DkZX_j-208" style="edgeStyle=orthogonalEdgeStyle;orthogonalLoop=1;jettySize=auto;html=1;endArrow=none;endFill=0;" target="59XTsty1G1Yx93DkZX_j-66">
          <mxGeometry relative="1" as="geometry">
            <Array as="points">
              <mxPoint x="1520" y="250" />
              <mxPoint x="1520" y="250" />
            </Array>
          </mxGeometry>
        </mxCell>
-         <mxCell id="37D4bjrBw4_Emu08I7YZ-1" edge="1" parent="1" source="59XTsty1G1Yx93DkZX_j-208" style="edgeStyle=orthogonalEdgeStyle;rounded=1;orthogonalLoop=1;jettySize=auto;html=1;endArrow=none;endFill=0;curved=0;" target="59XTsty1G1Yx93DkZX_j-214">
+         <mxCell id="37D4bjrBw4_Emu08I7YZ-1" edge="1" parent="1" source="59XTsty1G1Yx93DkZX_j-208" style="edgeStyle=orthogonalEdgeStyle;rounded=1;orthogonalLoop=1;jettySize=auto;html=1;endArrow=none;endFill=0;curved=0;exitX=0.384;exitY=0.997;exitDx=0;exitDy=0;exitPerimeter=0;" target="59XTsty1G1Yx93DkZX_j-214">
          <mxGeometry relative="1" as="geometry">
            <Array as="points">
              <mxPoint x="1500" y="230" />
              <mxPoint x="1205" y="230" />
            </Array>
          </mxGeometry>
        </mxCell>
        <mxCell id="37D4bjrBw4_Emu08I7YZ-17" edge="1" parent="1" source="59XTsty1G1Yx93DkZX_j-208" style="edgeStyle=orthogonalEdgeStyle;rounded=1;orthogonalLoop=1;jettySize=auto;html=1;entryX=0.25;entryY=1;entryDx=0;entryDy=0;endArrow=none;endFill=0;curved=0;" target="0vSBfI8_46AL9H7hPHAw-7">
          <mxGeometry relative="1" as="geometry">
            <Array as="points">
              <mxPoint x="1500" y="230" />
              <mxPoint x="1430" y="230" />
              <mxPoint x="1430" y="470" />
              <mxPoint x="1005" y="470" />
            </Array>
          </mxGeometry>
        </mxCell>
        <mxCell id="37D4bjrBw4_Emu08I7YZ-19" edge="1" parent="1" source="59XTsty1G1Yx93DkZX_j-208" style="edgeStyle=orthogonalEdgeStyle;rounded=1;orthogonalLoop=1;jettySize=auto;html=1;entryX=1;entryY=0.5;entryDx=0;entryDy=0;endArrow=none;endFill=0;curved=0;" target="59XTsty1G1Yx93DkZX_j-221">
          <mxGeometry relative="1" as="geometry">
            <Array as="points">
              <mxPoint x="1500" y="230" />
              <mxPoint x="1430" y="230" />
              <mxPoint x="1430" y="425" />
            </Array>
          </mxGeometry>
        </mxCell>
        <mxCell id="37D4bjrBw4_Emu08I7YZ-21" connectable="0" parent="37D4bjrBw4_Emu08I7YZ-19" style="edgeLabel;html=1;align=center;verticalAlign=middle;resizable=0;points=[];rotation=270;" value="Internal 5V Step Down" vertex="1">
          <mxGeometry relative="1" x="-0.3263" y="-1" as="geometry">
            <mxPoint x="1" y="43" as="offset" />
          </mxGeometry>
        </mxCell>
        <mxCell id="59XTsty1G1Yx93DkZX_j-208" parent="1" style="rounded=0;whiteSpace=wrap;html=1;fillColor=#f8cecc;strokeColor=#b85450;fontStyle=1" value="240V AC Step-up Transformer" vertex="1">
          <mxGeometry height="60" width="120" x="1454.35" y="160" as="geometry" />
        </mxCell>
        <mxCell id="59XTsty1G1Yx93DkZX_j-226" edge="1" parent="1" source="59XTsty1G1Yx93DkZX_j-214" style="edgeStyle=orthogonalEdgeStyle;orthogonalLoop=1;jettySize=auto;html=1;dashed=1;strokeColor=#3333FF;entryX=0.75;entryY=0;entryDx=0;entryDy=0;endArrow=none;endFill=0;" target="59XTsty1G1Yx93DkZX_j-222" value="">
          <mxGeometry relative="1" as="geometry">
            <Array as="points">
              <mxPoint x="1180" y="360" />
              <mxPoint x="1179" y="360" />
            </Array>
          </mxGeometry>
        </mxCell>
        <mxCell id="59XTsty1G1Yx93DkZX_j-227" edge="1" parent="1" source="59XTsty1G1Yx93DkZX_j-214" style="edgeStyle=orthogonalEdgeStyle;orthogonalLoop=1;jettySize=auto;html=1;dashed=1;strokeColor=#3333FF;endArrow=none;endFill=0;" target="59XTsty1G1Yx93DkZX_j-221">
          <mxGeometry relative="1" as="geometry">
            <Array as="points">
              <mxPoint x="1244" y="350" />
              <mxPoint x="1244" y="350" />
            </Array>
          </mxGeometry>
        </mxCell>
        <mxCell id="0vSBfI8_46AL9H7hPHAw-13" edge="1" parent="1" source="59XTsty1G1Yx93DkZX_j-214" style="edgeStyle=orthogonalEdgeStyle;rounded=1;orthogonalLoop=1;jettySize=auto;html=1;entryX=0.25;entryY=0;entryDx=0;entryDy=0;curved=0;endArrow=none;endFill=0;" target="59XTsty1G1Yx93DkZX_j-222">
          <mxGeometry relative="1" as="geometry">
            <Array as="points">
              <mxPoint x="1169.35" y="390" />
              <mxPoint x="1139.35" y="390" />
            </Array>
          </mxGeometry>
        </mxCell>
        <mxCell id="59XTsty1G1Yx93DkZX_j-214" parent="1" style="rounded=0;whiteSpace=wrap;html=1;fillColor=#d5e8d4;strokeColor=#82b366;fontStyle=1" value="&lt;div&gt;Laptop Surface Station&lt;/div&gt;&lt;div&gt;(Toughbook)&lt;/div&gt;" vertex="1">
          <mxGeometry height="60" width="120" x="1145" y="250" as="geometry" />
        </mxCell>
        <mxCell id="0vSBfI8_46AL9H7hPHAw-10" edge="1" parent="1" source="59XTsty1G1Yx93DkZX_j-221" style="edgeStyle=orthogonalEdgeStyle;rounded=1;orthogonalLoop=1;jettySize=auto;html=1;strokeColor=#3333FF;curved=0;dashed=1;exitX=0.573;exitY=0.995;exitDx=0;exitDy=0;endArrow=none;endFill=0;exitPerimeter=0;" target="0vSBfI8_46AL9H7hPHAw-7">
          <mxGeometry relative="1" as="geometry">
            <Array as="points">
              <mxPoint x="1250" y="460" />
              <mxPoint x="1060" y="460" />
            </Array>
          </mxGeometry>
        </mxCell>
        <mxCell id="59XTsty1G1Yx93DkZX_j-221" parent="1" style="rounded=0;whiteSpace=wrap;html=1;fillColor=#b1ddf0;strokeColor=#10739e;" value="Wireless Router" vertex="1">
          <mxGeometry height="30" width="80" x="1204.35" y="410" as="geometry" />
        </mxCell>
        <mxCell id="59XTsty1G1Yx93DkZX_j-222" parent="1" style="rounded=0;whiteSpace=wrap;html=1;fillColor=#b1ddf0;strokeColor=#10739e;" value="Joystick and Throttle" vertex="1">
          <mxGeometry height="30" width="80" x="1119.35" y="410" as="geometry" />
        </mxCell>
        <mxCell id="59XTsty1G1Yx93DkZX_j-242" edge="1" parent="1" source="59XTsty1G1Yx93DkZX_j-231" style="edgeStyle=orthogonalEdgeStyle;orthogonalLoop=1;jettySize=auto;html=1;entryX=0.25;entryY=0;entryDx=0;entryDy=0;dashed=1;strokeColor=#3333FF;endArrow=none;endFill=0;" target="59XTsty1G1Yx93DkZX_j-123">
          <mxGeometry relative="1" as="geometry">
            <Array as="points">
              <mxPoint x="1055" y="900" />
              <mxPoint x="1535" y="900" />
            </Array>
          </mxGeometry>
        </mxCell>
        <mxCell id="59XTsty1G1Yx93DkZX_j-243" edge="1" parent="1" source="59XTsty1G1Yx93DkZX_j-231" style="edgeStyle=orthogonalEdgeStyle;orthogonalLoop=1;jettySize=auto;html=1;entryX=0.25;entryY=0;entryDx=0;entryDy=0;dashed=1;strokeColor=#3333FF;endArrow=none;endFill=0;" target="59XTsty1G1Yx93DkZX_j-124">
          <mxGeometry relative="1" as="geometry">
            <Array as="points">
              <mxPoint x="1055" y="900" />
              <mxPoint x="1595" y="900" />
            </Array>
          </mxGeometry>
        </mxCell>
        <mxCell id="59XTsty1G1Yx93DkZX_j-244" edge="1" parent="1" source="59XTsty1G1Yx93DkZX_j-231" style="edgeStyle=orthogonalEdgeStyle;orthogonalLoop=1;jettySize=auto;html=1;entryX=0.25;entryY=0;entryDx=0;entryDy=0;dashed=1;strokeColor=#3333FF;endArrow=none;endFill=0;" target="59XTsty1G1Yx93DkZX_j-122">
          <mxGeometry relative="1" as="geometry">
            <Array as="points">
              <mxPoint x="1055" y="900" />
              <mxPoint x="1475" y="900" />
            </Array>
          </mxGeometry>
        </mxCell>
        <mxCell id="59XTsty1G1Yx93DkZX_j-245" edge="1" parent="1" source="59XTsty1G1Yx93DkZX_j-231" style="edgeStyle=orthogonalEdgeStyle;orthogonalLoop=1;jettySize=auto;html=1;entryX=0.25;entryY=0;entryDx=0;entryDy=0;dashed=1;strokeColor=#3333FF;endArrow=none;endFill=0;" target="59XTsty1G1Yx93DkZX_j-121">
          <mxGeometry relative="1" as="geometry">
            <Array as="points">
              <mxPoint x="1055" y="900" />
              <mxPoint x="1415" y="900" />
            </Array>
          </mxGeometry>
        </mxCell>
        <mxCell id="59XTsty1G1Yx93DkZX_j-246" edge="1" parent="1" source="59XTsty1G1Yx93DkZX_j-231" style="edgeStyle=orthogonalEdgeStyle;orthogonalLoop=1;jettySize=auto;html=1;entryX=0.25;entryY=0;entryDx=0;entryDy=0;dashed=1;strokeColor=#3333FF;endArrow=none;endFill=0;" target="59XTsty1G1Yx93DkZX_j-118">
          <mxGeometry relative="1" as="geometry">
            <Array as="points">
              <mxPoint x="1055" y="900" />
              <mxPoint x="1355" y="900" />
            </Array>
          </mxGeometry>
        </mxCell>
        <mxCell id="59XTsty1G1Yx93DkZX_j-247" edge="1" parent="1" source="59XTsty1G1Yx93DkZX_j-231" style="edgeStyle=orthogonalEdgeStyle;orthogonalLoop=1;jettySize=auto;html=1;entryX=0.25;entryY=0;entryDx=0;entryDy=0;dashed=1;strokeColor=#3333FF;endArrow=none;endFill=0;" target="59XTsty1G1Yx93DkZX_j-117">
          <mxGeometry relative="1" as="geometry">
            <Array as="points">
              <mxPoint x="1055" y="900" />
              <mxPoint x="1295" y="900" />
            </Array>
          </mxGeometry>
        </mxCell>
        <mxCell id="59XTsty1G1Yx93DkZX_j-248" edge="1" parent="1" source="59XTsty1G1Yx93DkZX_j-231" style="edgeStyle=orthogonalEdgeStyle;orthogonalLoop=1;jettySize=auto;html=1;entryX=0.25;entryY=0;entryDx=0;entryDy=0;dashed=1;strokeColor=#3333FF;endArrow=none;endFill=0;" target="59XTsty1G1Yx93DkZX_j-120">
          <mxGeometry relative="1" as="geometry">
            <Array as="points">
              <mxPoint x="1055" y="900" />
              <mxPoint x="1235" y="900" />
            </Array>
          </mxGeometry>
        </mxCell>
        <mxCell id="59XTsty1G1Yx93DkZX_j-249" edge="1" parent="1" source="59XTsty1G1Yx93DkZX_j-231" style="edgeStyle=orthogonalEdgeStyle;orthogonalLoop=1;jettySize=auto;html=1;entryX=0.25;entryY=0;entryDx=0;entryDy=0;dashed=1;strokeColor=#3333FF;endArrow=none;endFill=0;" target="59XTsty1G1Yx93DkZX_j-116">
          <mxGeometry relative="1" as="geometry">
            <Array as="points">
              <mxPoint x="1055" y="900" />
              <mxPoint x="1175" y="900" />
            </Array>
          </mxGeometry>
        </mxCell>
        <mxCell id="0vSBfI8_46AL9H7hPHAw-2" edge="1" parent="1" source="59XTsty1G1Yx93DkZX_j-231" style="edgeStyle=orthogonalEdgeStyle;rounded=1;orthogonalLoop=1;jettySize=auto;html=1;entryX=0;entryY=0.5;entryDx=0;entryDy=0;dashed=1;strokeColor=#3333FF;curved=0;endArrow=none;endFill=0;" target="59XTsty1G1Yx93DkZX_j-155">
          <mxGeometry relative="1" as="geometry" />
        </mxCell>
        <mxCell id="0vSBfI8_46AL9H7hPHAw-6" edge="1" parent="1" source="59XTsty1G1Yx93DkZX_j-231" style="edgeStyle=orthogonalEdgeStyle;rounded=1;orthogonalLoop=1;jettySize=auto;html=1;entryX=0;entryY=0.5;entryDx=0;entryDy=0;curved=0;dashed=1;strokeColor=#3333FF;endArrow=none;endFill=0;" target="0vSBfI8_46AL9H7hPHAw-3">
          <mxGeometry relative="1" as="geometry" />
        </mxCell>
        <mxCell id="59XTsty1G1Yx93DkZX_j-231" parent="1" style="rounded=0;whiteSpace=wrap;html=1;fillColor=#b1ddf0;strokeColor=#10739e;" value="Motor Controller" vertex="1">
          <mxGeometry height="30" width="80" x="1015" y="810" as="geometry" />
        </mxCell>
        <mxCell id="0vSBfI8_46AL9H7hPHAw-3" parent="1" style="rounded=0;whiteSpace=wrap;html=1;fillColor=#b1ddf0;strokeColor=#10739e;" value="Spinner Tool Servo" vertex="1">
          <mxGeometry height="30" width="80" x="1165" y="790" as="geometry" />
        </mxCell>
        <mxCell id="0vSBfI8_46AL9H7hPHAw-30" edge="1" parent="1" source="0vSBfI8_46AL9H7hPHAw-7" style="edgeStyle=orthogonalEdgeStyle;rounded=1;orthogonalLoop=1;jettySize=auto;html=1;entryX=0.167;entryY=-0.009;entryDx=0;entryDy=0;dashed=1;strokeColor=#3333FF;curved=0;entryPerimeter=0;endArrow=none;endFill=0;" target="59XTsty1G1Yx93DkZX_j-111">
          <mxGeometry relative="1" as="geometry">
            <Array as="points">
              <mxPoint x="940" y="280" />
            </Array>
          </mxGeometry>
        </mxCell>
        <mxCell id="0vSBfI8_46AL9H7hPHAw-40" connectable="0" parent="0vSBfI8_46AL9H7hPHAw-30" style="edgeLabel;html=1;align=center;verticalAlign=middle;resizable=0;points=[];" value="TETHER (DATA)" vertex="1">
          <mxGeometry relative="1" x="-0.3495" as="geometry">
            <mxPoint as="offset" />
          </mxGeometry>
        </mxCell>
        <mxCell id="0vSBfI8_46AL9H7hPHAw-7" parent="1" style="rounded=0;whiteSpace=wrap;html=1;fontStyle=1;fillColor=#d5e8d4;strokeColor=#82b366;" value="Fathom-X Tether Interface" vertex="1">
          <mxGeometry height="60" width="120" x="975" y="250" as="geometry" />
        </mxCell>
        <mxCell id="0vSBfI8_46AL9H7hPHAw-19" parent="1" style="text;html=1;whiteSpace=wrap;strokeColor=none;fillColor=none;align=center;verticalAlign=middle;rounded=0;rotation=270;" value="&lt;font face=&quot;Helvetica&quot; style=&quot;font-size: 28px;&quot;&gt;&lt;b&gt;&lt;span style=&quot;color: rgb(0, 102, 204);&quot;&gt;IN WATER&lt;/span&gt;&lt;/b&gt;&lt;/font&gt;" vertex="1">
          <mxGeometry height="30" width="140.65" x="809.35" y="990" as="geometry" />
        </mxCell>
        <mxCell id="0vSBfI8_46AL9H7hPHAw-21" edge="1" parent="1" style="endArrow=none;html=1;rounded=0;strokeWidth=3;fillColor=#fad7ac;strokeColor=#b46504;shadow=1;" value="">
          <mxGeometry height="50" relative="1" width="50" as="geometry">
            <mxPoint x="889.35" y="480" as="sourcePoint" />
            <mxPoint x="890" y="150" as="targetPoint" />
          </mxGeometry>
        </mxCell>
        <mxCell id="0vSBfI8_46AL9H7hPHAw-24" edge="1" parent="1" style="endArrow=none;html=1;rounded=0;strokeWidth=3;fillColor=#fad7ac;strokeColor=#b46504;shadow=1;" value="">
          <mxGeometry height="50" relative="1" width="50" as="geometry">
            <mxPoint x="890" y="150" as="sourcePoint" />
            <mxPoint x="1639.35" y="150" as="targetPoint" />
          </mxGeometry>
        </mxCell>
        <mxCell id="0vSBfI8_46AL9H7hPHAw-25" edge="1" parent="1" style="endArrow=none;html=1;rounded=0;strokeWidth=3;fillColor=#fad7ac;strokeColor=#b46504;shadow=1;" value="">
          <mxGeometry height="50" relative="1" width="50" as="geometry">
            <mxPoint x="1639.35" y="480" as="sourcePoint" />
            <mxPoint x="1639.35" y="150" as="targetPoint" />
          </mxGeometry>
        </mxCell>
        <mxCell id="0vSBfI8_46AL9H7hPHAw-26" edge="1" parent="1" style="endArrow=none;html=1;rounded=0;strokeWidth=3;fillColor=#fad7ac;strokeColor=#b46504;shadow=1;" value="">
          <mxGeometry height="50" relative="1" width="50" as="geometry">
            <mxPoint x="889.35" y="480" as="sourcePoint" />
            <mxPoint x="1639.35" y="480" as="targetPoint" />
          </mxGeometry>
        </mxCell>
        <mxCell id="0vSBfI8_46AL9H7hPHAw-27" parent="1" style="text;html=1;whiteSpace=wrap;strokeColor=none;fillColor=none;align=center;verticalAlign=middle;rounded=0;rotation=270;" value="&lt;font style=&quot;font-size: 28px; color: rgb(180, 101, 4);&quot;&gt;&lt;b&gt;SURFACE&lt;/b&gt;&lt;/font&gt;" vertex="1">
          <mxGeometry height="30" width="140" x="809.35" y="390" as="geometry" />
        </mxCell>
        <mxCell id="37D4bjrBw4_Emu08I7YZ-7" edge="1" parent="1" source="37D4bjrBw4_Emu08I7YZ-5" style="edgeStyle=orthogonalEdgeStyle;rounded=0;orthogonalLoop=1;jettySize=auto;html=1;endArrow=none;endFill=0;" target="59XTsty1G1Yx93DkZX_j-208" value="">
          <mxGeometry relative="1" as="geometry" />
        </mxCell>
        <mxCell id="37D4bjrBw4_Emu08I7YZ-5" parent="1" style="rounded=0;whiteSpace=wrap;html=1;fillColor=#fad9d5;strokeColor=#ae4132;fontStyle=1" value="Power Strip" vertex="1">
          <mxGeometry height="60" width="120" x="1310" y="160" as="geometry" />
        </mxCell>
        <mxCell id="37D4bjrBw4_Emu08I7YZ-8" parent="1" style="text;html=1;whiteSpace=wrap;strokeColor=none;fillColor=none;align=center;verticalAlign=middle;rounded=0;" value="&lt;div&gt;&lt;b style=&quot;color: rgb(255, 53, 53);&quot;&gt;30A&lt;/b&gt;&lt;/div&gt;&lt;div&gt;&lt;b style=&quot;color: rgb(255, 53, 53);&quot;&gt;Fuse&amp;nbsp;&lt;/b&gt;&lt;/div&gt;" vertex="1">
          <mxGeometry height="30" width="60" x="1535" y="335" as="geometry" />
        </mxCell>
        <mxCell id="37D4bjrBw4_Emu08I7YZ-22" parent="1" style="rounded=0;whiteSpace=wrap;html=1;fillColor=#b1ddf0;strokeColor=#10739e;" value="Camera" vertex="1">
          <mxGeometry height="30" width="80" x="1165" y="670" as="geometry" />
        </mxCell>
        <mxCell id="37D4bjrBw4_Emu08I7YZ-23" parent="1" style="rounded=0;whiteSpace=wrap;html=1;fillColor=#b1ddf0;strokeColor=#10739e;" value="Camera" vertex="1">
          <mxGeometry height="30" width="80" x="1165" y="630" as="geometry" />
        </mxCell>
        <mxCell id="37D4bjrBw4_Emu08I7YZ-24" parent="1" style="rounded=0;whiteSpace=wrap;html=1;fillColor=#b1ddf0;strokeColor=#10739e;" value="Camera" vertex="1">
          <mxGeometry height="30" width="80" x="1165" y="710" as="geometry" />
        </mxCell>
      </root>
    </mxGraphModel>
  </diagram>
</mxfile>
